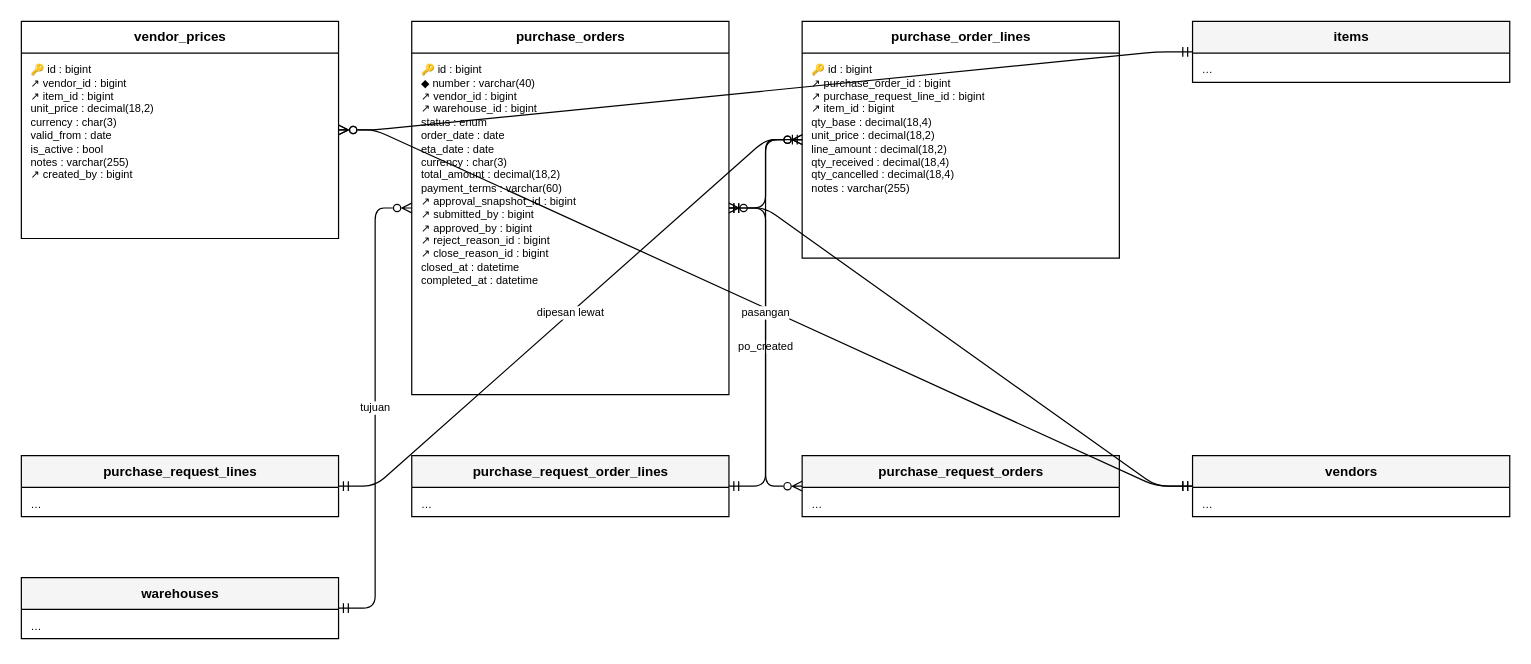
Before: docs/diagram/erd-purchasing.drawio in HengkyDarmawan/wms, a draw.io diagram. Source tidied: cells renumbered, new cells numbered last; positions are measured from the earlier drawing's top-left corner, leaving out a move shared by most shapes. Both pictures are drawn from the tidied source at 122%, with x=0, y=0 at pixel (21, 21).
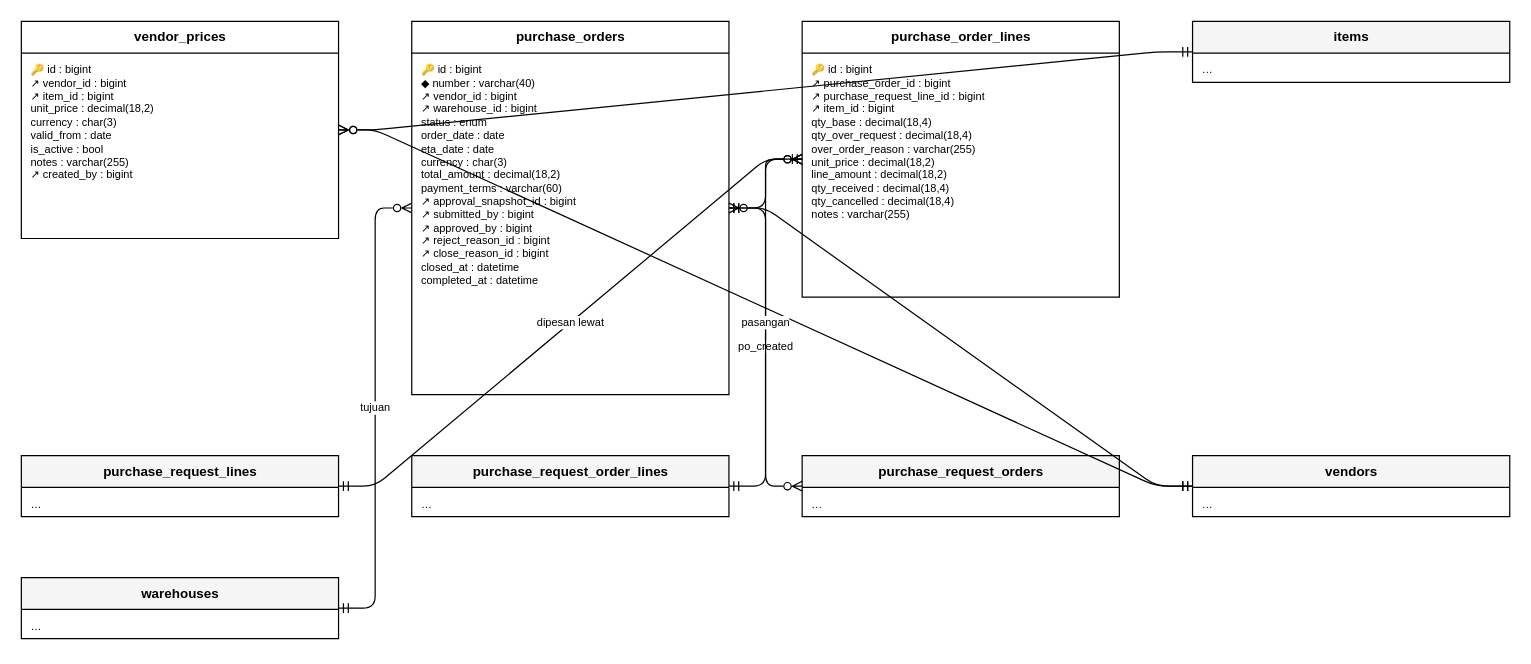
Above is the later version.

Change to the diagram source:
```diff
@@
     <mxCell id="6" value="purchase_order_lines" style="swimlane;fontStyle=1;horizontal=1;startSize=26;html=1;fontSize=11;fillColor=#FFFFFF;" parent="1" vertex="1">
-      <mxGeometry x="640" width="260" height="194" as="geometry" />
+      <mxGeometry x="640" width="260" height="226" as="geometry" />
     </mxCell>
-    <mxCell id="7" value="🔑 id : bigint&lt;br&gt;↗ purchase_order_id : bigint&lt;br&gt;↗ purchase_request_line_id : bigint&lt;br&gt;↗ item_id : bigint&lt;br&gt;qty_base : decimal(18,4)&lt;br&gt;unit_price : decimal(18,2)&lt;br&gt;line_amount : decimal(18,2)&lt;br&gt;qty_received : decimal(18,4)&lt;br&gt;qty_cancelled : decimal(18,4)&lt;br&gt;notes : varchar(255)" style="text;html=1;strokeColor=none;fillColor=none;align=left;verticalAlign=top;spacingLeft=6;spacingTop=2;fontSize=9;whiteSpace=wrap;overflow=hidden;" parent="6" vertex="1">
-      <mxGeometry y="26" width="260" height="168" as="geometry" />
+    <mxCell id="7" value="🔑 id : bigint&lt;br&gt;↗ purchase_order_id : bigint&lt;br&gt;↗ purchase_request_line_id : bigint&lt;br&gt;↗ item_id : bigint&lt;br&gt;qty_base : decimal(18,4)&lt;br&gt;qty_over_request : decimal(18,4)&lt;br&gt;over_order_reason : varchar(255)&lt;br&gt;unit_price : decimal(18,2)&lt;br&gt;line_amount : decimal(18,2)&lt;br&gt;qty_received : decimal(18,4)&lt;br&gt;qty_cancelled : decimal(18,4)&lt;br&gt;notes : varchar(255)" style="text;html=1;strokeColor=none;fillColor=none;align=left;verticalAlign=top;spacingLeft=6;spacingTop=2;fontSize=9;whiteSpace=wrap;overflow=hidden;" parent="6" vertex="1">
+      <mxGeometry y="26" width="260" height="200" as="geometry" />
     </mxCell>
```
